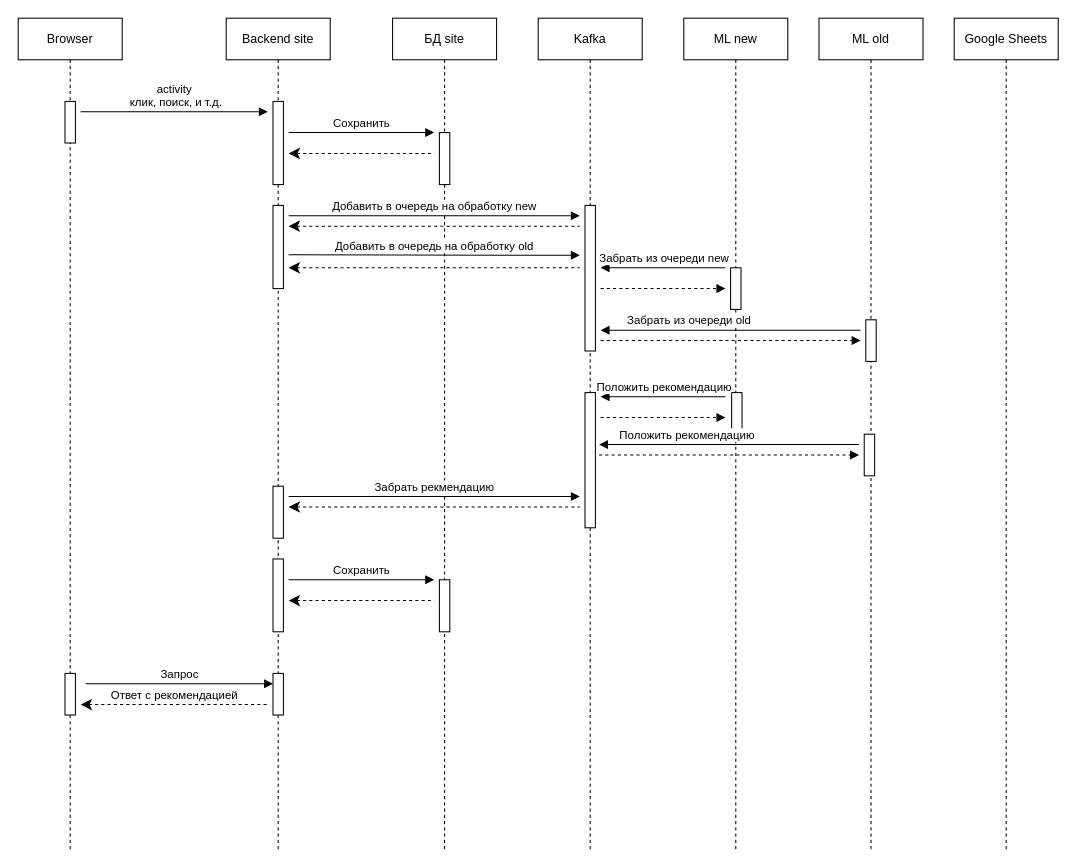
Before: Диаграмма без названия.drawio in AleksandrChukhleb/test, a draw.io diagram. Source tidied: cells renumbered, new cells numbered last; positions are measured from the earlier drawing's top-left corner, leaving out a move shared by most shapes. Both pictures are drawn from the tidied source at 104%, with x=0, y=0 at pixel (18, 18).
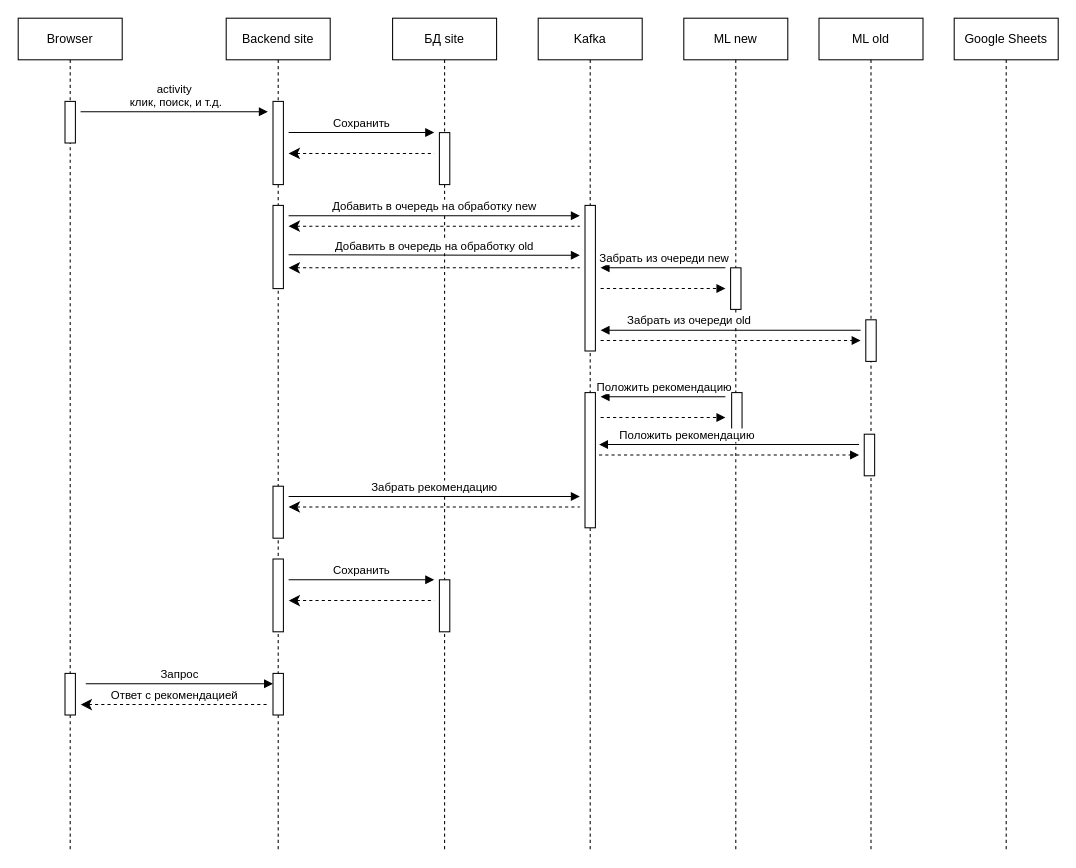
The same diagram, later.

The change refers to these unchanged cells:
```xml
<mxCell id="11" value="Backend site" style="shape=umlLifeline;perimeter=lifelinePerimeter;whiteSpace=wrap;html=1;newEdgeStyle={&quot;curved&quot;:0,&quot;rounded&quot;:0};" parent="1" vertex="1">
  <mxGeometry x="200" width="100" height="800" as="geometry" />
</mxCell>
```

What changed in the source:
```diff
@@
-    <mxCell id="15" value="Забрать рекмендацию" style="html=1;verticalAlign=bottom;startArrow=none;startFill=0;endArrow=block;startSize=8;curved=0;rounded=0;" parent="11" edge="1">
+    <mxCell id="15" value="Забрать рекомендацию" style="html=1;verticalAlign=bottom;startArrow=none;startFill=0;endArrow=block;startSize=8;curved=0;rounded=0;" parent="11" edge="1">
       <mxGeometry relative="1" as="geometry">
         <mxPoint x="60" y="460" as="sourcePoint" />
         <mxPoint x="340" y="460" as="targetPoint" />
       </mxGeometry>
     </mxCell>
```
